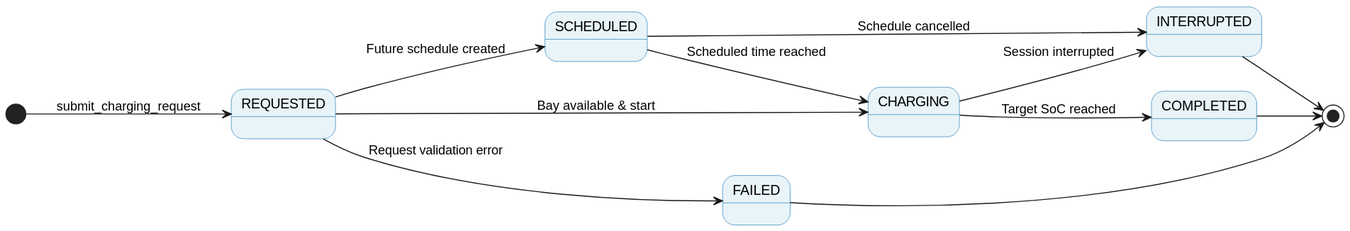
This is docs/design/behavioral/charging-diagrams/charging-session-state-machine.svg from MabC06/smart-e-mobility-hub, a PlantUML export, as it was before one commit.
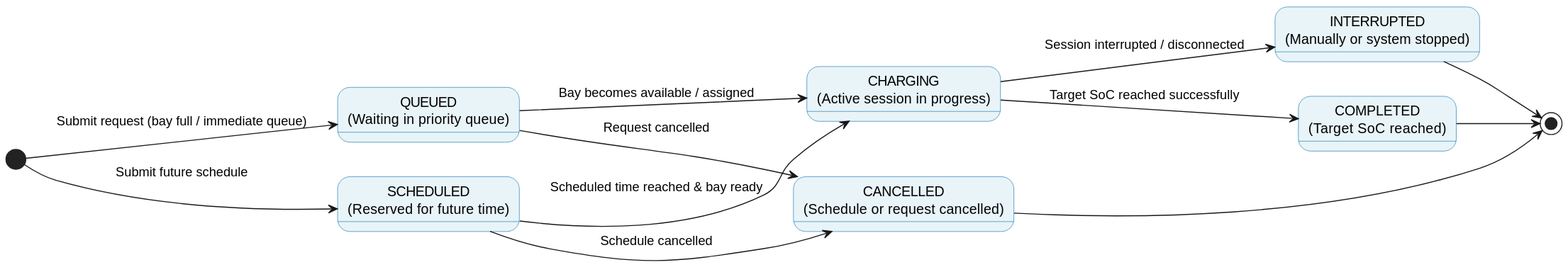
The same diagram one commit later.

Commit message:
doc(charging): redraw the charging-session-state

The edit, as a diff of the source:
```diff
@@ -5,26 +5,26 @@
     BorderColor #2980B9
 }
 
-[*] --> REQUESTED : submit_charging_request
+[*] --> QUEUED : Submit request (bay full / immediate queue)
+[*] --> SCHEDULED : Submit future schedule
 
-state REQUESTED as "REQUESTED"
-state SCHEDULED as "SCHEDULED"
-state CHARGING as "CHARGING"
-state COMPLETED as "COMPLETED"
-state INTERRUPTED as "INTERRUPTED"
-state FAILED as "FAILED"
+state QUEUED as "QUEUED\n(Waiting in priority queue)"
+state SCHEDULED as "SCHEDULED\n(Reserved for future time)"
+state CHARGING as "CHARGING\n(Active session in progress)"
+state COMPLETED as "COMPLETED\n(Target SoC reached)"
+state INTERRUPTED as "INTERRUPTED\n(Manually or system stopped)"
+state CANCELLED as "CANCELLED\n(Schedule or request cancelled)"
 
-REQUESTED --> CHARGING : Bay available & start
-REQUESTED --> SCHEDULED : Future schedule created
-REQUESTED --> FAILED : Request validation error
+QUEUED --> CHARGING : Bay becomes available / assigned
+QUEUED --> CANCELLED : Request cancelled
 
-SCHEDULED --> CHARGING : Scheduled time reached
-SCHEDULED --> INTERRUPTED : Schedule cancelled
+SCHEDULED --> CHARGING : Scheduled time reached & bay ready
+SCHEDULED --> CANCELLED : Schedule cancelled
 
-CHARGING --> COMPLETED : Target SoC reached
-CHARGING --> INTERRUPTED : Session interrupted
+CHARGING --> COMPLETED : Target SoC reached successfully
+CHARGING --> INTERRUPTED : Session interrupted / disconnected
 
 COMPLETED --> [*]
 INTERRUPTED --> [*]
-FAILED --> [*]
+CANCELLED --> [*]
 @enduml
```
